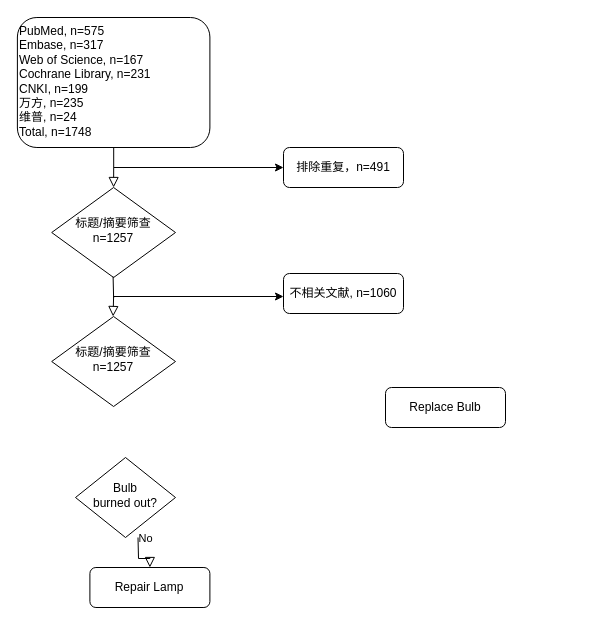
This is 未命名绘图.drawio from linger9085/hello-world, a draw.io file, before an edit. Source tidied: cells renumbered, new cells numbered last; positions are measured from the earlier drawing's top-left corner, leaving out a move shared by most shapes. Both pictures are drawn from the tidied source at 100%, with x=0, y=0 at pixel (17, 17).
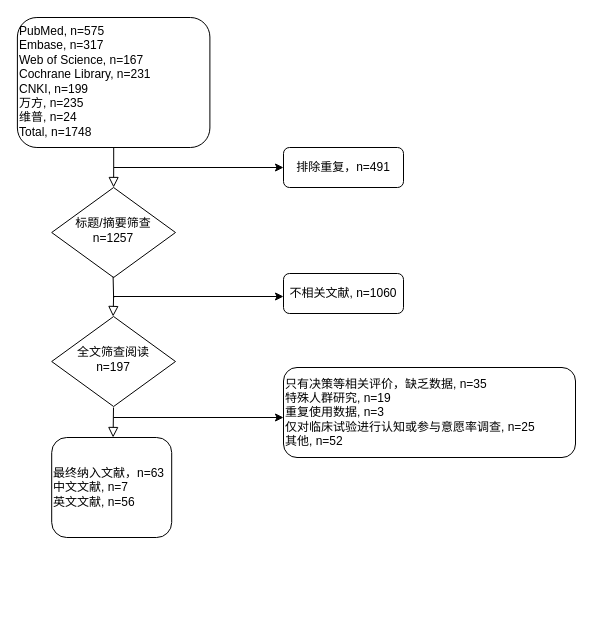
The same page after the edit.

Commit message (it also covers changes not shown here):
更新未命名绘图.drawio

Diff of the diagram source:
```diff
@@
 <mxGraphModel>
   <root>
     <mxCell id="0" />
     <mxCell id="1" parent="0" />
     <mxCell id="2" style="rounded=0;html=1;jettySize=auto;fontSize=11;endArrow=block;endFill=0;endSize=8;strokeWidth=1;shadow=0;labelBackgroundColor=none;edgeStyle=orthogonalEdgeStyle;strokeColor=default;" parent="1" edge="1" source="3" target="4">
       <mxGeometry relative="1" as="geometry" />
     </mxCell>
     <mxCell id="3" value="PubMed, n=575&lt;div&gt;Embase, n=317&lt;/div&gt;&lt;div&gt;Web of Science, n=167&lt;/div&gt;&lt;div&gt;Cochrane Library, n=231&lt;br&gt;&lt;/div&gt;&lt;div&gt;CNKI, n=199&lt;br&gt;&lt;/div&gt;&lt;div&gt;万方, n=235&lt;/div&gt;&lt;div&gt;维普, n=24&lt;/div&gt;&lt;div&gt;Total, n=1748&lt;/div&gt;" style="rounded=1;whiteSpace=wrap;html=1;fontSize=12;glass=0;strokeWidth=1;shadow=0;align=left;verticalAlign=top;" parent="1" vertex="1">
       <mxGeometry x="-0.1" width="192.5" height="130" as="geometry" />
     </mxCell>
     <mxCell id="4" value="标题/摘要筛查&lt;div&gt;n=1257&lt;/div&gt;" style="rhombus;whiteSpace=wrap;html=1;shadow=0;fontFamily=Helvetica;fontSize=12;align=center;strokeWidth=1;spacing=6;spacingTop=-4;" parent="1" vertex="1">
       <mxGeometry x="34.2" y="170" width="123.8" height="90" as="geometry" />
     </mxCell>
     <mxCell id="5" value="不相关文献, n=1060" style="rounded=1;whiteSpace=wrap;html=1;fontSize=12;glass=0;strokeWidth=1;shadow=0;" parent="1" vertex="1">
       <mxGeometry x="266" y="256" width="120" height="40" as="geometry" />
     </mxCell>
-    <mxCell id="6" value="No" style="rounded=0;html=1;jettySize=auto;fontSize=11;endArrow=block;endFill=0;endSize=8;strokeWidth=1;shadow=0;labelBackgroundColor=none;edgeStyle=orthogonalEdgeStyle;" parent="1" edge="1" target="8">
-      <mxGeometry x="0.33" y="20" relative="1" as="geometry">
-        <mxPoint x="120.5" y="520" as="sourcePoint" />
-      </mxGeometry>
-    </mxCell>
-    <mxCell id="7" value="Bulb&lt;br&gt;burned out?" style="rhombus;whiteSpace=wrap;html=1;shadow=0;fontFamily=Helvetica;fontSize=12;align=center;strokeWidth=1;spacing=6;spacingTop=-4;" parent="1" vertex="1">
-      <mxGeometry x="58" y="440" width="100" height="80" as="geometry" />
-    </mxCell>
-    <mxCell id="8" value="Repair Lamp" style="rounded=1;whiteSpace=wrap;html=1;fontSize=12;glass=0;strokeWidth=1;shadow=0;" parent="1" vertex="1">
-      <mxGeometry x="72.4" y="550" width="120" height="40" as="geometry" />
+    <mxCell id="8" value="最终纳入文献，n=63中文文献, n=7&lt;div&gt;英文文献, n=56&lt;/div&gt;" style="rounded=1;whiteSpace=wrap;html=1;fontSize=12;glass=0;strokeWidth=1;shadow=0;align=left;" parent="1" vertex="1">
+      <mxGeometry x="34.2" y="420" width="120" height="100" as="geometry" />
     </mxCell>
-    <mxCell id="9" value="Replace Bulb" style="rounded=1;whiteSpace=wrap;html=1;fontSize=12;glass=0;strokeWidth=1;shadow=0;" parent="1" vertex="1">
-      <mxGeometry x="368" y="370" width="120" height="40" as="geometry" />
+    <mxCell id="9" value="只有决策等相关评价，缺乏数据, n=35&lt;div&gt;特殊人群研究, n=19&lt;br&gt;&lt;/div&gt;&lt;div&gt;重复使用数据, n=3&lt;br&gt;&lt;/div&gt;&lt;div&gt;仅对临床试验进行认知或参与意愿率调查, n=25&lt;br&gt;&lt;/div&gt;&lt;div&gt;其他, n=52&lt;/div&gt;" style="rounded=1;whiteSpace=wrap;html=1;fontSize=12;glass=0;strokeWidth=1;shadow=0;align=left;verticalAlign=middle;" parent="1" vertex="1">
+      <mxGeometry x="266" y="350" width="292" height="90" as="geometry" />
     </mxCell>
     <mxCell id="10" style="endArrow=classic;html=1;rounded=0;" parent="1" edge="1">
       <mxGeometry relative="1" as="geometry">
         <mxPoint x="96" y="150" as="sourcePoint" />
         <mxPoint x="266" y="150" as="targetPoint" />
       </mxGeometry>
     </mxCell>
     <mxCell id="11" value="排除重复，n=491" style="rounded=1;whiteSpace=wrap;html=1;fontSize=12;glass=0;strokeWidth=1;shadow=0;" parent="1" vertex="1">
       <mxGeometry x="266" y="130" width="120" height="40" as="geometry" />
     </mxCell>
     <mxCell id="12" style="endArrow=classic;html=1;rounded=0;" parent="1" edge="1">
       <mxGeometry relative="1" as="geometry">
         <mxPoint x="96" y="279" as="sourcePoint" />
         <mxPoint x="266" y="279" as="targetPoint" />
       </mxGeometry>
     </mxCell>
-    <mxCell id="13" value="标题/摘要筛查&lt;div&gt;n=1257&lt;/div&gt;" style="rhombus;whiteSpace=wrap;html=1;shadow=0;fontFamily=Helvetica;fontSize=12;align=center;strokeWidth=1;spacing=6;spacingTop=-4;" parent="1" vertex="1">
+    <mxCell id="13" value="全文筛查阅读&lt;div&gt;n=197&lt;/div&gt;" style="rhombus;whiteSpace=wrap;html=1;shadow=0;fontFamily=Helvetica;fontSize=12;align=center;strokeWidth=1;spacing=6;spacingTop=-4;" parent="1" vertex="1">
       <mxGeometry x="34.2" y="299" width="123.8" height="90" as="geometry" />
     </mxCell>
     <mxCell id="14" style="rounded=0;html=1;jettySize=auto;orthogonalLoop=1;fontSize=11;endArrow=block;endFill=0;endSize=8;strokeWidth=1;shadow=0;labelBackgroundColor=none;edgeStyle=orthogonalEdgeStyle;strokeColor=default;" parent="1" edge="1">
       <mxGeometry relative="1" as="geometry">
         <mxPoint x="95.6" y="259" as="sourcePoint" />
         <mxPoint x="95.6" y="299" as="targetPoint" />
       </mxGeometry>
     </mxCell>
+    <mxCell id="15" style="rounded=0;html=1;jettySize=auto;orthogonalLoop=1;fontSize=11;endArrow=block;endFill=0;endSize=8;strokeWidth=1;shadow=0;labelBackgroundColor=none;edgeStyle=orthogonalEdgeStyle;strokeColor=default;" parent="1" edge="1">
+      <mxGeometry relative="1" as="geometry">
+        <mxPoint x="96" y="390" as="sourcePoint" />
+        <mxPoint x="95.6" y="420" as="targetPoint" />
+      </mxGeometry>
+    </mxCell>
+    <mxCell id="16" style="endArrow=classic;html=1;rounded=0;" parent="1" edge="1">
+      <mxGeometry relative="1" as="geometry">
+        <mxPoint x="96" y="400" as="sourcePoint" />
+        <mxPoint x="266" y="400" as="targetPoint" />
+      </mxGeometry>
+    </mxCell>
   </root>
 </mxGraphModel>
```
